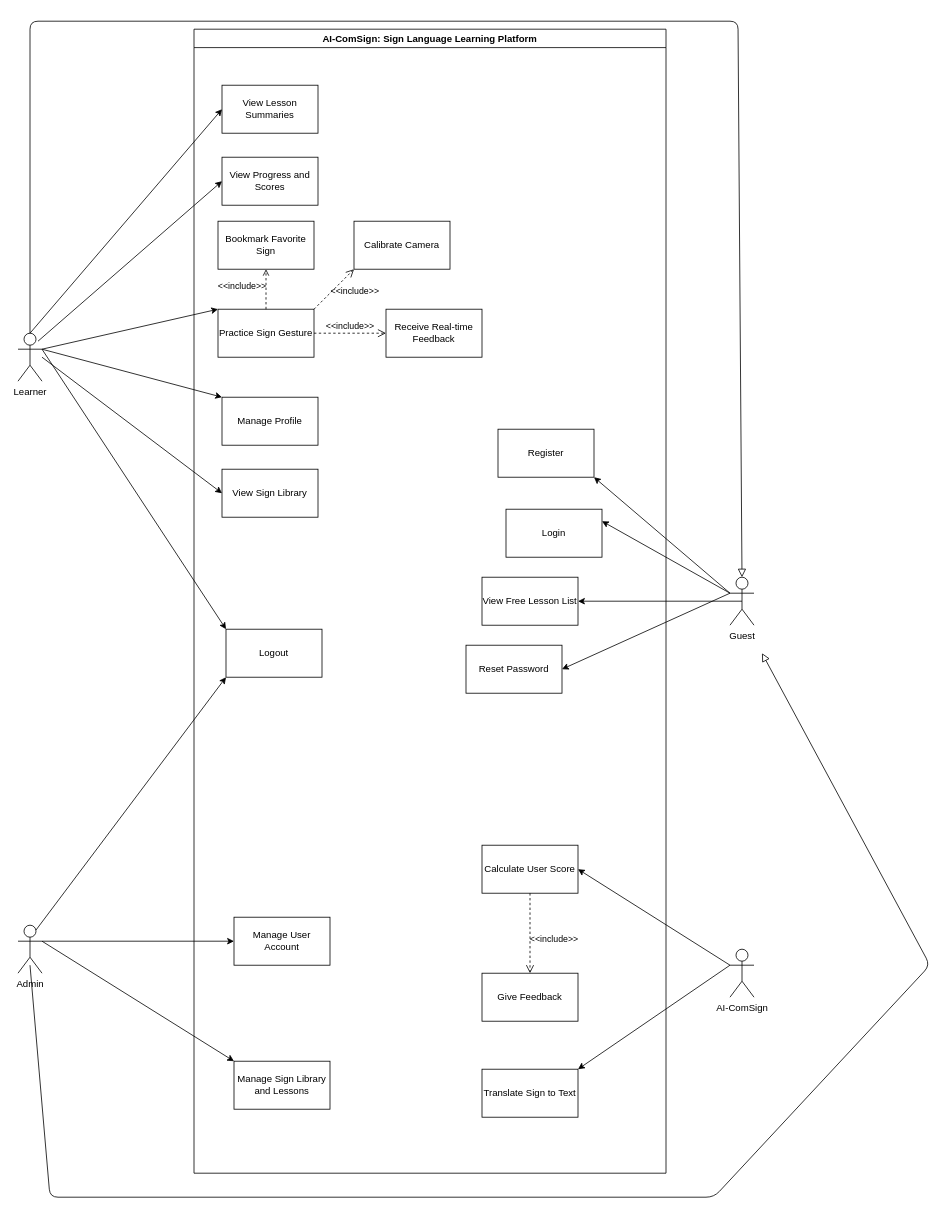
Before: docs/UseCase.drawio in CtrlConquerors/AI-ComSign, a draw.io diagram. Source tidied: cells renumbered, new cells numbered last; positions are measured from the earlier drawing's top-left corner, leaving out a move shared by most shapes. Both pictures are drawn from the tidied source at 80%, with x=0, y=0 at pixel (18, 21).
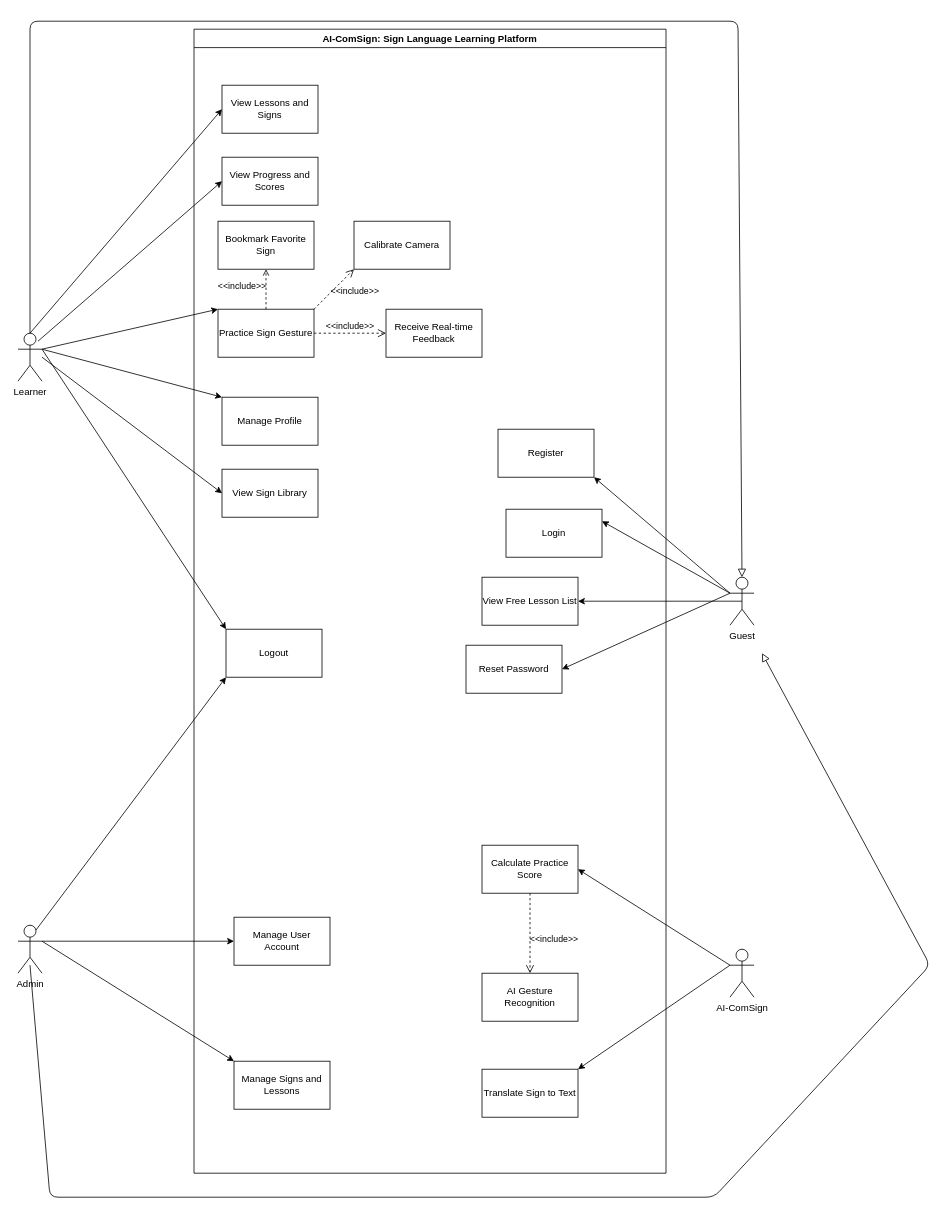
After the change.

The change refers to these unchanged cells:
```xml
<mxCell id="5" value="AI-ComSign: Sign Language Learning Platform" style="swimlane;whiteSpace=wrap;html=1;" parent="1" vertex="1">
  <mxGeometry x="220" y="10" width="590" height="1430" as="geometry" />
</mxCell>
```

Diff of the diagram source:
```diff
@@
-    <mxCell id="11" value="View Lesson Summaries" style="rounded=0;whiteSpace=wrap;html=1;" parent="5" vertex="1">
+    <mxCell id="11" value="View Lessons and Signs" style="rounded=0;whiteSpace=wrap;html=1;" parent="5" vertex="1">
       <mxGeometry x="35" y="70" width="120" height="60" as="geometry" />
     </mxCell>
@@
-    <mxCell id="13" value="Manage Sign Library and Lessons" style="rounded=0;whiteSpace=wrap;html=1;" parent="5" vertex="1">
+    <mxCell id="13" value="Manage Signs and Lessons" style="rounded=0;whiteSpace=wrap;html=1;" parent="5" vertex="1">
       <mxGeometry x="50" y="1290" width="120" height="60" as="geometry" />
     </mxCell>
-    <mxCell id="14" value="Calculate User Score" style="rounded=0;whiteSpace=wrap;html=1;" parent="5" vertex="1">
+    <mxCell id="14" value="Calculate Practice Score" style="rounded=0;whiteSpace=wrap;html=1;" parent="5" vertex="1">
       <mxGeometry x="360" y="1020" width="120" height="60" as="geometry" />
     </mxCell>
-    <mxCell id="15" value="Give Feedback" style="rounded=0;whiteSpace=wrap;html=1;" parent="5" vertex="1">
+    <mxCell id="15" value="AI Gesture Recognition" style="rounded=0;whiteSpace=wrap;html=1;" parent="5" vertex="1">
       <mxGeometry x="360" y="1180" width="120" height="60" as="geometry" />
     </mxCell>
```
